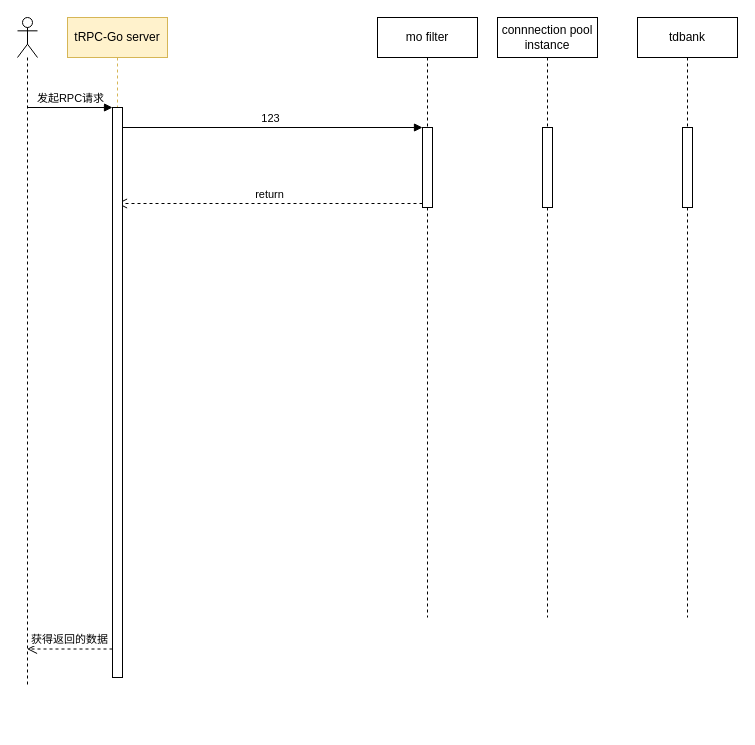
Before: Untitled Diagram.drawio in mafagan/yunPicture, a draw.io diagram. Source tidied: cells renumbered, new cells numbered last; positions are measured from the earlier drawing's top-left corner, leaving out a move shared by most shapes. Both pictures are drawn from the tidied source at 100%, with x=0, y=0 at pixel (17, 17).
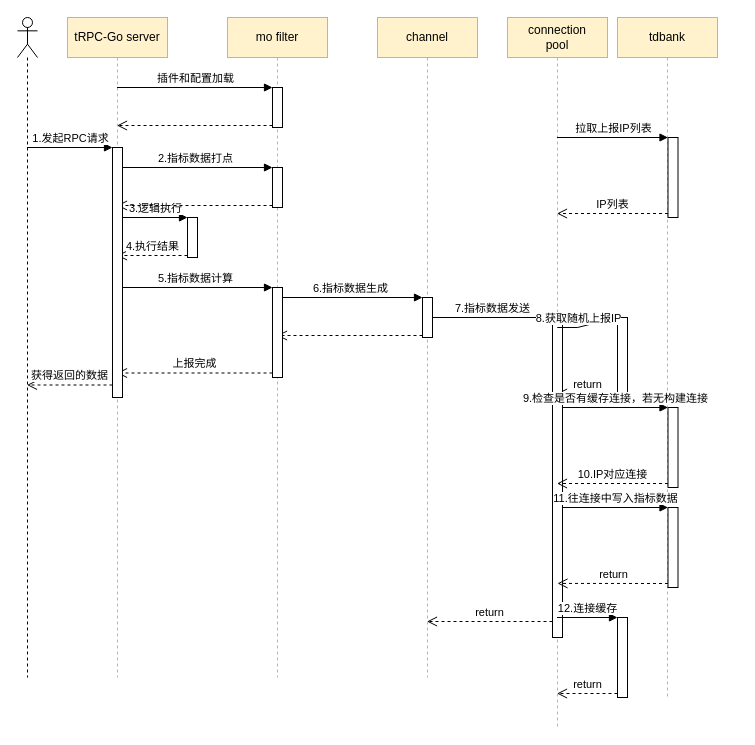
After the change.

Unchanged cells that the change refers to:
```xml
<mxCell id="4" value="tRPC-Go server" style="shape=umlLifeline;perimeter=lifelinePerimeter;whiteSpace=wrap;html=1;outlineConnect=0;fillColor=#fff2cc;strokeColor=#d6b656;" parent="1" vertex="1">
  <mxGeometry x="50" width="100" height="660" as="geometry" />
</mxCell>
```

The edit, as a diff of the source:
```diff
@@
+    <mxCell id="15" value="return" style="html=1;verticalAlign=bottom;endArrow=open;dashed=1;endSize=8;exitX=0;exitY=0.95;rounded=0;" parent="1" edge="1" source="24" target="30">
+      <mxGeometry relative="1" as="geometry" />
+    </mxCell>
+    <mxCell id="16" value="6.指标数据生成" style="html=1;verticalAlign=bottom;endArrow=block;entryX=0;entryY=0;rounded=0;" parent="1" edge="1" source="7" target="43">
+      <mxGeometry relative="1" as="geometry" />
+    </mxCell>
+    <mxCell id="17" style="html=1;verticalAlign=bottom;endArrow=open;dashed=1;endSize=8;exitX=0;exitY=0.95;rounded=0;" parent="1" edge="1" source="43" target="7">
+      <mxGeometry relative="1" as="geometry" />
+    </mxCell>
+    <mxCell id="18" value="5.指标数据计算" style="html=1;verticalAlign=bottom;endArrow=block;entryX=0;entryY=0;rounded=0;" parent="1" edge="1" source="4" target="22">
+      <mxGeometry relative="1" as="geometry" />
+    </mxCell>
+    <mxCell id="19" value="上报完成" style="html=1;verticalAlign=bottom;endArrow=open;dashed=1;endSize=8;exitX=0;exitY=0.95;rounded=0;" parent="1" edge="1" source="22" target="4">
+      <mxGeometry relative="1" as="geometry" />
+    </mxCell>
+    <mxCell id="20" value="4.执行结果" style="html=1;verticalAlign=bottom;endArrow=open;dashed=1;endSize=8;exitX=0;exitY=0.95;rounded=0;" parent="1" edge="1" source="29" target="4">
+      <mxGeometry relative="1" as="geometry" />
+    </mxCell>
+    <mxCell id="21" value="3.逻辑执行" style="html=1;verticalAlign=bottom;endArrow=block;entryX=0;entryY=0;rounded=0;" parent="1" edge="1" source="5" target="29">
+      <mxGeometry relative="1" as="geometry" />
+    </mxCell>
-    <mxCell id="2" value="return" style="html=1;verticalAlign=bottom;endArrow=open;dashed=1;endSize=8;exitX=0;exitY=0.95;rounded=0;" parent="1" edge="1" source="8" target="4">
+    <mxCell id="2" style="html=1;verticalAlign=bottom;endArrow=open;dashed=1;endSize=8;exitX=0;exitY=0.95;rounded=0;" parent="1" edge="1" source="8" target="4">
       <mxGeometry relative="1" as="geometry" />
     </mxCell>
-    <mxCell id="3" value="123" style="html=1;verticalAlign=bottom;endArrow=block;entryX=0;entryY=0;rounded=0;" parent="1" edge="1" source="4" target="8">
+    <mxCell id="3" value="2.指标数据打点" style="html=1;verticalAlign=bottom;endArrow=block;entryX=0;entryY=0;rounded=0;" parent="1" edge="1" source="4" target="8">
       <mxGeometry relative="1" as="geometry" />
     </mxCell>
@@
     <mxCell id="5" style="html=1;points=[];perimeter=orthogonalPerimeter;" parent="4" vertex="1">
-      <mxGeometry x="45" y="90" width="10" height="570" as="geometry" />
+      <mxGeometry x="45" y="130" width="10" height="250" as="geometry" />
     </mxCell>
-    <mxCell id="6" value="发起RPC请求" style="html=1;verticalAlign=bottom;endArrow=block;entryX=0;entryY=0;rounded=0;" parent="4" edge="1" target="5">
-      <mxGeometry relative="1" as="geometry">
-        <mxPoint x="-40" y="90" as="sourcePoint" />
-      </mxGeometry>
-    </mxCell>
-    <mxCell id="7" value="mo filter" style="shape=umlLifeline;perimeter=lifelinePerimeter;whiteSpace=wrap;html=1;outlineConnect=0;" parent="1" vertex="1">
-      <mxGeometry x="360" width="100" height="600" as="geometry" />
+    <mxCell id="7" value="mo filter" style="shape=umlLifeline;perimeter=lifelinePerimeter;whiteSpace=wrap;html=1;outlineConnect=0;fillColor=#fff2cc;strokeColor=#d6b656;" parent="1" vertex="1">
+      <mxGeometry x="210" width="100" height="660" as="geometry" />
     </mxCell>
     <mxCell id="8" style="html=1;points=[];perimeter=orthogonalPerimeter;" parent="7" vertex="1">
-      <mxGeometry x="45" y="110" width="10" height="80" as="geometry" />
+      <mxGeometry x="45" y="150" width="10" height="40" as="geometry" />
     </mxCell>
+    <mxCell id="22" style="html=1;points=[];perimeter=orthogonalPerimeter;" parent="7" vertex="1">
+      <mxGeometry x="45" y="270" width="10" height="90" as="geometry" />
+    </mxCell>
+    <mxCell id="23" style="html=1;points=[];perimeter=orthogonalPerimeter;" parent="7" vertex="1">
+      <mxGeometry x="45" y="70" width="10" height="40" as="geometry" />
+    </mxCell>
     <mxCell id="9" style="shape=umlLifeline;participant=umlActor;perimeter=lifelinePerimeter;whiteSpace=wrap;html=1;verticalAlign=top;spacingTop=36;outlineConnect=0;" parent="1" vertex="1">
-      <mxGeometry width="20" height="670" as="geometry" />
+      <mxGeometry width="20" height="660" as="geometry" />
     </mxCell>
@@
-    <mxCell id="11" value="connnection pool instance" style="shape=umlLifeline;perimeter=lifelinePerimeter;whiteSpace=wrap;html=1;outlineConnect=0;" parent="1" vertex="1">
-      <mxGeometry x="480" width="100" height="600" as="geometry" />
+    <mxCell id="11" value="channel" style="shape=umlLifeline;perimeter=lifelinePerimeter;whiteSpace=wrap;html=1;outlineConnect=0;fillColor=#fff2cc;strokeColor=#d6b656;" parent="1" vertex="1">
+      <mxGeometry x="360" width="100" height="660" as="geometry" />
     </mxCell>
-    <mxCell id="12" style="html=1;perimeter=orthogonalPerimeter;" parent="11" vertex="1">
-      <mxGeometry x="45" y="110" width="10" height="80" as="geometry" />
-    </mxCell>
-    <mxCell id="13" value="tdbank" style="shape=umlLifeline;perimeter=lifelinePerimeter;whiteSpace=wrap;html=1;" parent="1" vertex="1">
-      <mxGeometry x="620" width="100" height="600" as="geometry" />
+    <mxCell id="13" value="tdbank" style="shape=umlLifeline;perimeter=lifelinePerimeter;whiteSpace=wrap;html=1;fillColor=#fff2cc;strokeColor=#d6b656;" parent="1" vertex="1">
+      <mxGeometry x="600" width="100" height="680" as="geometry" />
     </mxCell>
-    <mxCell id="14" style="html=1;perimeter=orthogonalPerimeter;" parent="13" vertex="1">
-      <mxGeometry x="45" y="110" width="10" height="80" as="geometry" />
-    </mxCell>
+    <mxCell id="24" style="html=1;points=[];perimeter=orthogonalPerimeter;" parent="13" vertex="1">
+      <mxGeometry y="300" width="10" height="80" as="geometry" />
+    </mxCell>
+    <mxCell id="25" style="html=1;points=[];perimeter=orthogonalPerimeter;" parent="13" vertex="1">
+      <mxGeometry x="50.5" y="120" width="10" height="80" as="geometry" />
+    </mxCell>
+    <mxCell id="26" style="html=1;points=[];perimeter=orthogonalPerimeter;" parent="13" vertex="1">
+      <mxGeometry x="50.5" y="390" width="10" height="80" as="geometry" />
+    </mxCell>
+    <mxCell id="27" style="html=1;points=[];perimeter=orthogonalPerimeter;" parent="13" vertex="1">
+      <mxGeometry x="50.5" y="490" width="10" height="80" as="geometry" />
+    </mxCell>
+    <mxCell id="28" style="html=1;points=[];perimeter=orthogonalPerimeter;" parent="13" vertex="1">
+      <mxGeometry y="600" width="10" height="80" as="geometry" />
+    </mxCell>
+    <mxCell id="29" style="html=1;points=[];perimeter=orthogonalPerimeter;" parent="1" vertex="1">
+      <mxGeometry x="170" y="200" width="10" height="40" as="geometry" />
+    </mxCell>
+    <mxCell id="30" value="connection&lt;br&gt;pool" style="shape=umlLifeline;perimeter=lifelinePerimeter;whiteSpace=wrap;html=1;outlineConnect=0;fillColor=#fff2cc;strokeColor=#d6b656;" parent="1" vertex="1">
+      <mxGeometry x="490" width="100" height="710" as="geometry" />
+    </mxCell>
+    <mxCell id="31" style="html=1;points=[];perimeter=orthogonalPerimeter;" parent="30" vertex="1">
+      <mxGeometry x="45" y="300" width="10" height="320" as="geometry" />
+    </mxCell>
+    <mxCell id="32" value="7.指标数据发送" style="html=1;verticalAlign=bottom;endArrow=block;entryX=0;entryY=0;rounded=0;startArrow=none;" parent="1" edge="1" source="43" target="31">
+      <mxGeometry relative="1" as="geometry" />
+    </mxCell>
+    <mxCell id="33" value="return" style="html=1;verticalAlign=bottom;endArrow=open;dashed=1;endSize=8;exitX=0;exitY=0.95;rounded=0;" parent="1" edge="1" source="31" target="11">
+      <mxGeometry relative="1" as="geometry" />
+    </mxCell>
+    <mxCell id="34" value="拉取上报IP列表" style="html=1;verticalAlign=bottom;endArrow=block;entryX=0;entryY=0;rounded=0;" parent="1" edge="1" source="30" target="25">
+      <mxGeometry relative="1" as="geometry" />
+    </mxCell>
+    <mxCell id="35" value="IP列表" style="html=1;verticalAlign=bottom;endArrow=open;dashed=1;endSize=8;exitX=0;exitY=0.95;rounded=0;" parent="1" edge="1" source="25" target="30">
+      <mxGeometry relative="1" as="geometry" />
+    </mxCell>
+    <mxCell id="36" value="8.获取随机上报IP" style="html=1;verticalAlign=bottom;endArrow=block;entryX=0;entryY=0;rounded=0;" parent="1" edge="1" target="24">
+      <mxGeometry relative="1" as="geometry">
+        <mxPoint x="560" y="310" as="sourcePoint" />
+        <Array as="points">
+          <mxPoint x="540" y="310" />
+          <mxPoint x="560" y="310" />
+        </Array>
+      </mxGeometry>
+    </mxCell>
+    <mxCell id="37" value="9.检查是否有缓存连接，若无构建连接" style="html=1;verticalAlign=bottom;endArrow=block;entryX=0;entryY=0;rounded=0;" parent="1" edge="1" source="31" target="26">
+      <mxGeometry relative="1" as="geometry" />
+    </mxCell>
+    <mxCell id="38" value="10.IP对应连接" style="html=1;verticalAlign=bottom;endArrow=open;dashed=1;endSize=8;exitX=0;exitY=0.95;rounded=0;" parent="1" edge="1" source="26" target="30">
+      <mxGeometry relative="1" as="geometry" />
+    </mxCell>
+    <mxCell id="39" value="11.往连接中写入指标数据" style="html=1;verticalAlign=bottom;endArrow=block;entryX=0;entryY=0;rounded=0;" parent="1" edge="1" source="31" target="27">
+      <mxGeometry relative="1" as="geometry" />
+    </mxCell>
+    <mxCell id="40" value="return" style="html=1;verticalAlign=bottom;endArrow=open;dashed=1;endSize=8;exitX=0;exitY=0.95;rounded=0;entryX=0.5;entryY=0.831;entryDx=0;entryDy=0;entryPerimeter=0;" parent="1" edge="1" source="27" target="31">
+      <mxGeometry relative="1" as="geometry" />
+    </mxCell>
+    <mxCell id="41" value="12.连接缓存" style="html=1;verticalAlign=bottom;endArrow=block;entryX=0;entryY=0;rounded=0;" parent="1" edge="1" source="30" target="28">
+      <mxGeometry relative="1" as="geometry" />
+    </mxCell>
+    <mxCell id="42" value="return" style="html=1;verticalAlign=bottom;endArrow=open;dashed=1;endSize=8;exitX=0;exitY=0.95;rounded=0;" parent="1" edge="1" source="28" target="30">
+      <mxGeometry relative="1" as="geometry" />
+    </mxCell>
+    <mxCell id="43" style="html=1;points=[];perimeter=orthogonalPerimeter;" parent="1" vertex="1">
+      <mxGeometry x="405" y="280" width="10" height="40" as="geometry" />
+    </mxCell>
+    <mxCell id="44" style="html=1;verticalAlign=bottom;endArrow=none;entryX=0;entryY=0;rounded=0;" parent="1" edge="1" source="11" target="43">
+      <mxGeometry relative="1" as="geometry" />
+    </mxCell>
+    <mxCell id="6" value="1.发起RPC请求" style="html=1;verticalAlign=bottom;endArrow=block;entryX=0;entryY=0;rounded=0;" parent="1" edge="1" source="9" target="5">
+      <mxGeometry relative="1" as="geometry" />
+    </mxCell>
+    <mxCell id="45" value="插件和配置加载" style="html=1;verticalAlign=bottom;endArrow=block;entryX=0;entryY=0;rounded=0;" parent="1" edge="1" source="4" target="23">
+      <mxGeometry relative="1" as="geometry" />
+    </mxCell>
+    <mxCell id="46" style="html=1;verticalAlign=bottom;endArrow=open;dashed=1;endSize=8;exitX=0;exitY=0.95;rounded=0;" parent="1" edge="1" source="23" target="4">
+      <mxGeometry relative="1" as="geometry" />
+    </mxCell>
```
